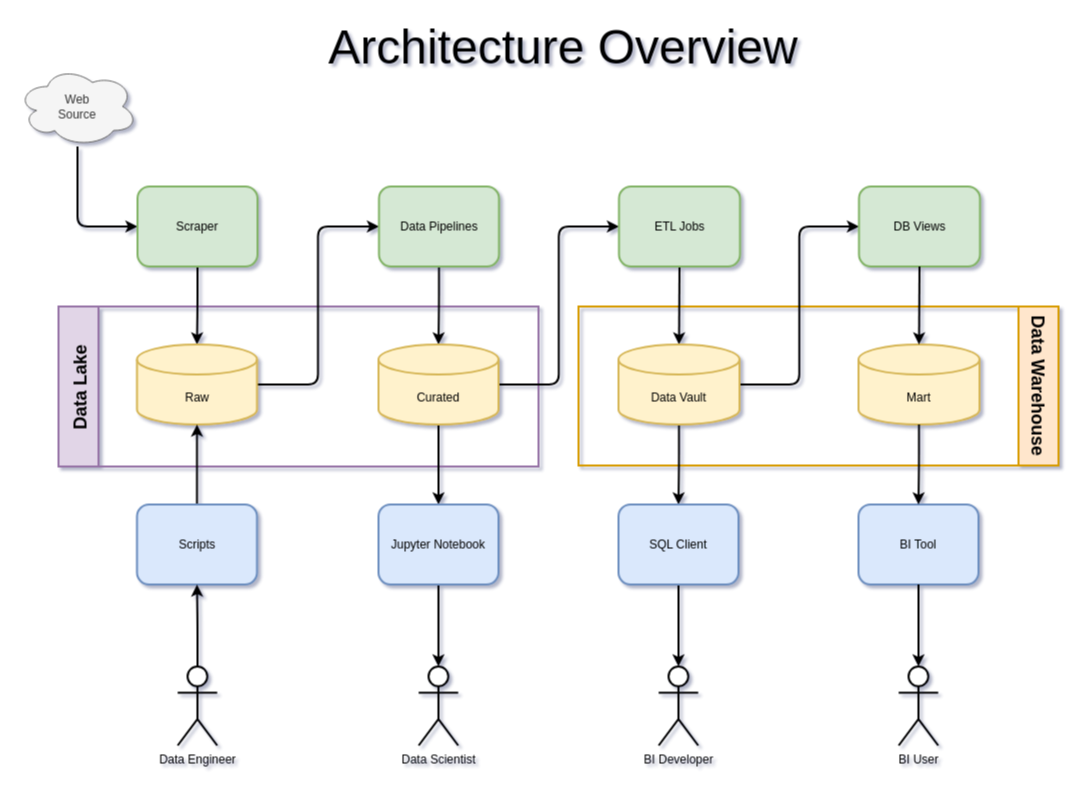
petracarrion/job-market-analytics keeps this draw.io diagram as doc/architecture-overview.drawio. Above is the earlier version. Source tidied: cells renumbered, new cells numbered last; positions are measured from the earlier drawing's top-left corner, leaving out a move shared by most shapes. Both pictures are drawn from the tidied source at 100%, with x=0, y=0 at pixel (17, 26).
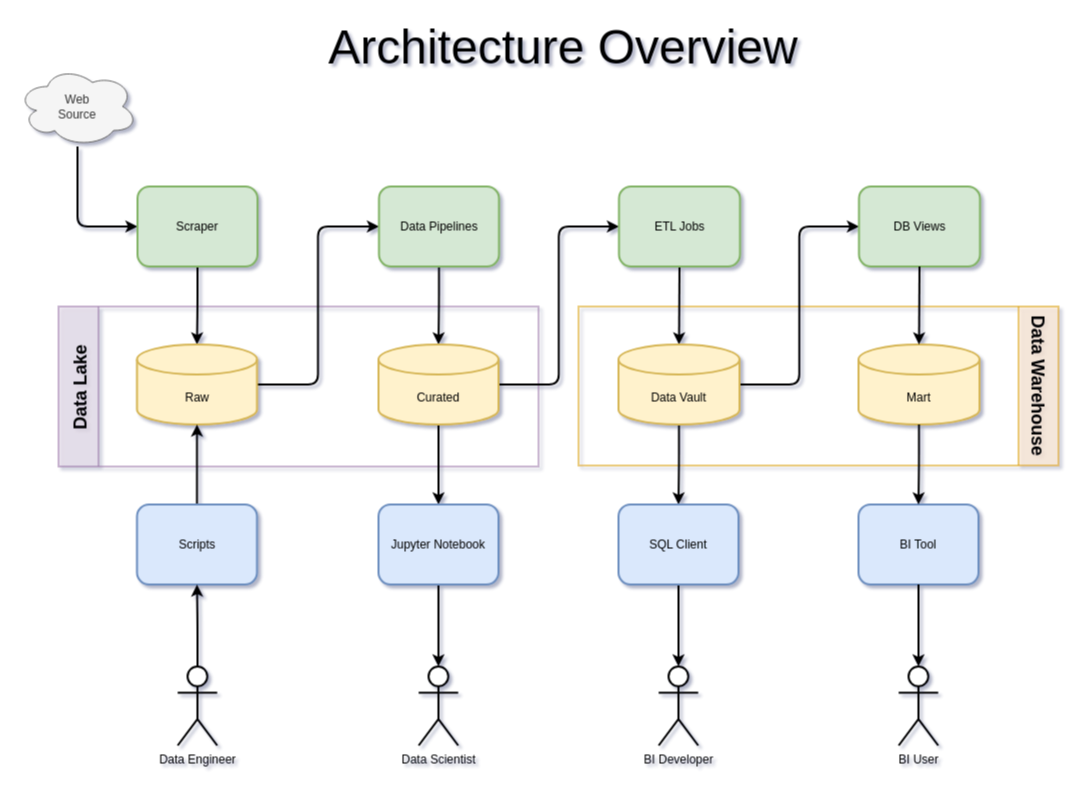
After the change.

Change to the diagram source:
```diff
@@
-    <mxCell id="2" value="Data Lake" style="swimlane;horizontal=0;fontSize=18;startSize=40;fillColor=#e1d5e7;strokeColor=#9673a6;strokeWidth=2;" parent="1" vertex="1">
+    <mxCell id="2" value="Data Lake" style="swimlane;horizontal=0;fontSize=18;startSize=40;fillColor=#e1d5e7;strokeColor=#9673a6;strokeWidth=2;opacity=50;" parent="1" vertex="1">
       <mxGeometry x="41" y="280" width="480" height="160" as="geometry" />
     </mxCell>
-    <mxCell id="3" value="Data Warehouse" style="swimlane;horizontal=0;fontSize=18;startSize=40;fillColor=#ffe6cc;strokeColor=#d79b00;rotation=-180;strokeWidth=2;" parent="1" vertex="1">
+    <mxCell id="3" value="Data Warehouse" style="swimlane;horizontal=0;fontSize=18;startSize=40;fillColor=#ffe6cc;strokeColor=#d79b00;rotation=-180;strokeWidth=2;opacity=50;" parent="1" vertex="1">
       <mxGeometry x="561" y="280" width="480" height="159" as="geometry" />
     </mxCell>
```
